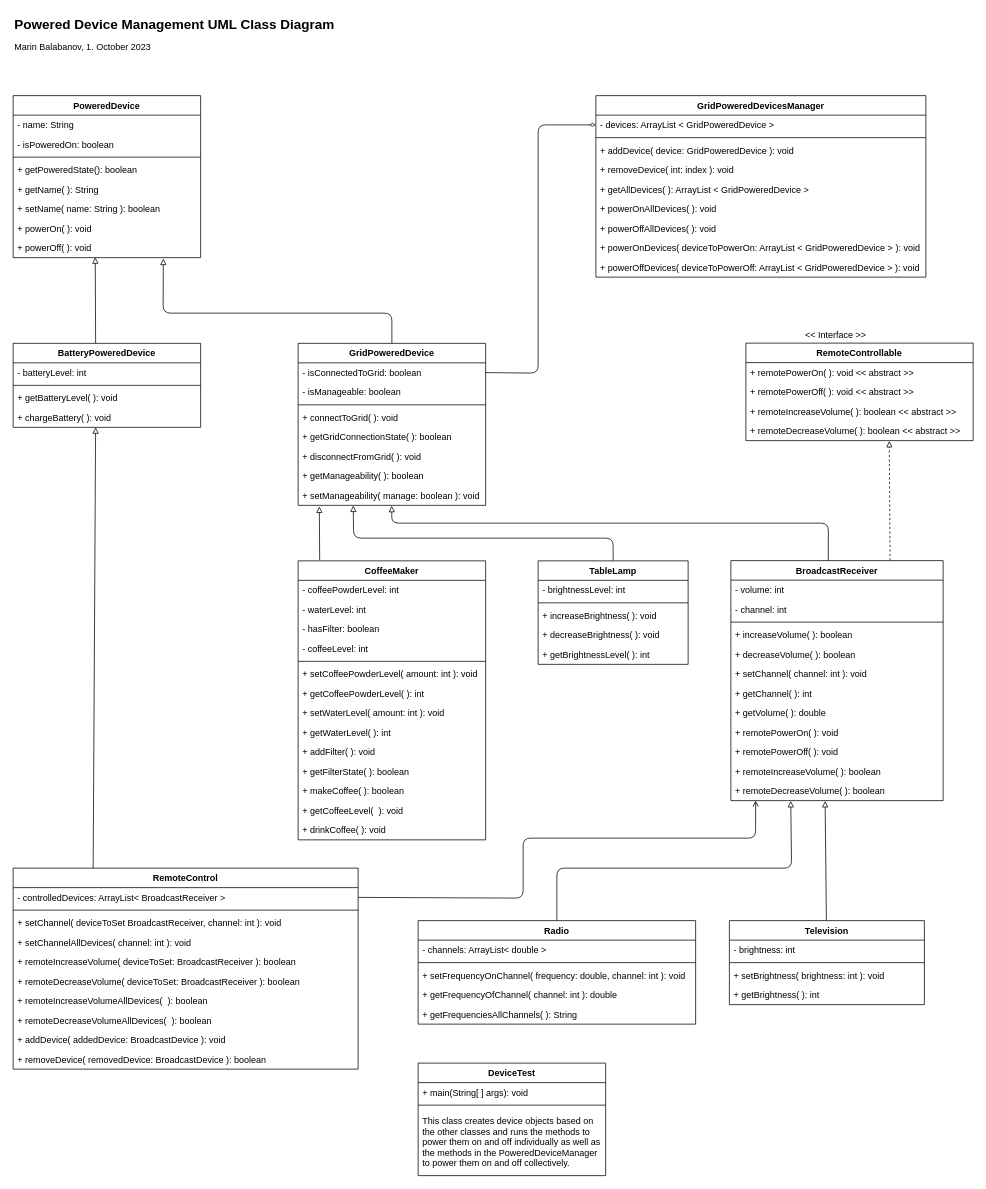
This is DevicesUML.drawio from mbalabanov/Devices, a draw.io file, before an edit. Source tidied: cells renumbered, new cells numbered last; positions are measured from the earlier drawing's top-left corner, leaving out a move shared by most shapes. Both pictures are drawn from the tidied source at 75%, with x=0, y=0 at pixel (13, 13).
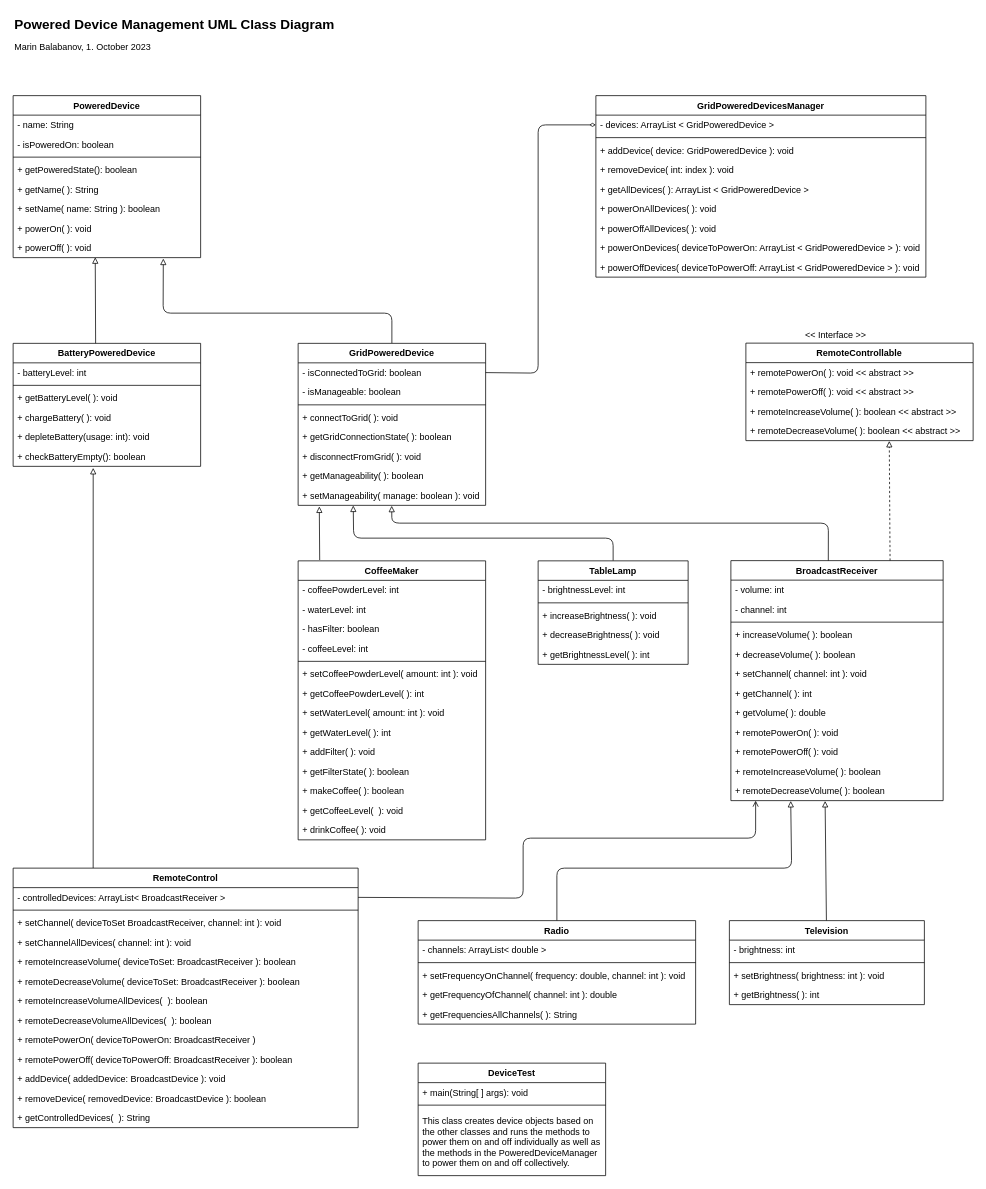
Above is the later version.

The change refers to these unchanged cells:
```xml
<mxCell id="109" value="+ chargeBattery( ): void" style="text;strokeColor=none;fillColor=none;align=left;verticalAlign=top;spacingLeft=4;spacingRight=4;overflow=hidden;points=[[0,0.5],[1,0.5]];portConstraint=eastwest;" parent="105" vertex="1">
  <mxGeometry y="86" width="250" height="26" as="geometry" />
</mxCell>
```

The edit, as a diff of the source:
```diff
@@
-    <mxCell id="83" style="edgeStyle=none;html=1;entryX=0.44;entryY=0.994;entryDx=0;entryDy=0;entryPerimeter=0;endArrow=block;endFill=0;exitX=0.232;exitY=0;exitDx=0;exitDy=0;exitPerimeter=0;" parent="1" edge="1" source="84" target="109">
+    <mxCell id="83" style="edgeStyle=none;html=1;entryX=0.427;entryY=1.081;entryDx=0;entryDy=0;entryPerimeter=0;endArrow=block;endFill=0;exitX=0.232;exitY=0;exitDx=0;exitDy=0;exitPerimeter=0;" parent="1" edge="1" source="84" target="118">
       <mxGeometry relative="1" as="geometry" />
     </mxCell>
     <mxCell id="84" value="RemoteControl" style="swimlane;fontStyle=1;align=center;verticalAlign=top;horizontal=1;startSize=26;" parent="1" vertex="1">
-      <mxGeometry y="1140" width="460" height="268" as="geometry" />
+      <mxGeometry y="1140" width="460" height="346" as="geometry" />
     </mxCell>
@@
+    <mxCell id="114" value="+ remotePowerOn( deviceToPowerOn: BroadcastReceiver )" style="text;strokeColor=none;fillColor=none;align=left;verticalAlign=top;spacingLeft=4;spacingRight=4;overflow=hidden;" parent="84" vertex="1">
+      <mxGeometry y="216" width="460" height="26" as="geometry" />
+    </mxCell>
+    <mxCell id="115" value="+ remotePowerOff( deviceToPowerOff: BroadcastReceiver ): boolean" style="text;strokeColor=none;fillColor=none;align=left;verticalAlign=top;spacingLeft=4;spacingRight=4;overflow=hidden;" parent="84" vertex="1">
+      <mxGeometry y="242" width="460" height="26" as="geometry" />
+    </mxCell>
     <mxCell id="93" value="+ addDevice( addedDevice: BroadcastDevice ): void" style="text;strokeColor=none;fillColor=none;align=left;verticalAlign=top;spacingLeft=4;spacingRight=4;overflow=hidden;" parent="84" vertex="1">
-      <mxGeometry y="216" width="460" height="26" as="geometry" />
+      <mxGeometry y="268" width="460" height="26" as="geometry" />
     </mxCell>
     <mxCell id="94" value="+ removeDevice( removedDevice: BroadcastDevice ): boolean" style="text;strokeColor=none;fillColor=none;align=left;verticalAlign=top;spacingLeft=4;spacingRight=4;overflow=hidden;" parent="84" vertex="1">
-      <mxGeometry y="242" width="460" height="26" as="geometry" />
+      <mxGeometry y="294" width="460" height="26" as="geometry" />
     </mxCell>
+    <mxCell id="116" value="+ getControlledDevices(  ): String" style="text;strokeColor=none;fillColor=none;align=left;verticalAlign=top;spacingLeft=4;spacingRight=4;overflow=hidden;" parent="84" vertex="1">
+      <mxGeometry y="320" width="460" height="26" as="geometry" />
+    </mxCell>
@@
     <mxCell id="105" value="BatteryPoweredDevice" style="swimlane;fontStyle=1;align=center;verticalAlign=top;horizontal=1;startSize=26;" parent="1" vertex="1">
-      <mxGeometry y="440.3" width="250" height="112" as="geometry" />
+      <mxGeometry y="440.3" width="250" height="164" as="geometry" />
     </mxCell>
@@
+    <mxCell id="117" value="+ depleteBattery(usage: int): void" style="text;strokeColor=none;fillColor=none;align=left;verticalAlign=top;spacingLeft=4;spacingRight=4;overflow=hidden;" parent="105" vertex="1">
+      <mxGeometry y="112" width="250" height="26" as="geometry" />
+    </mxCell>
+    <mxCell id="118" value="+ checkBatteryEmpty(): boolean" style="text;strokeColor=none;fillColor=none;align=left;verticalAlign=top;spacingLeft=4;spacingRight=4;overflow=hidden;points=[[0,0.5],[1,0.5]];portConstraint=eastwest;" parent="105" vertex="1">
+      <mxGeometry y="138" width="250" height="26" as="geometry" />
+    </mxCell>
```
